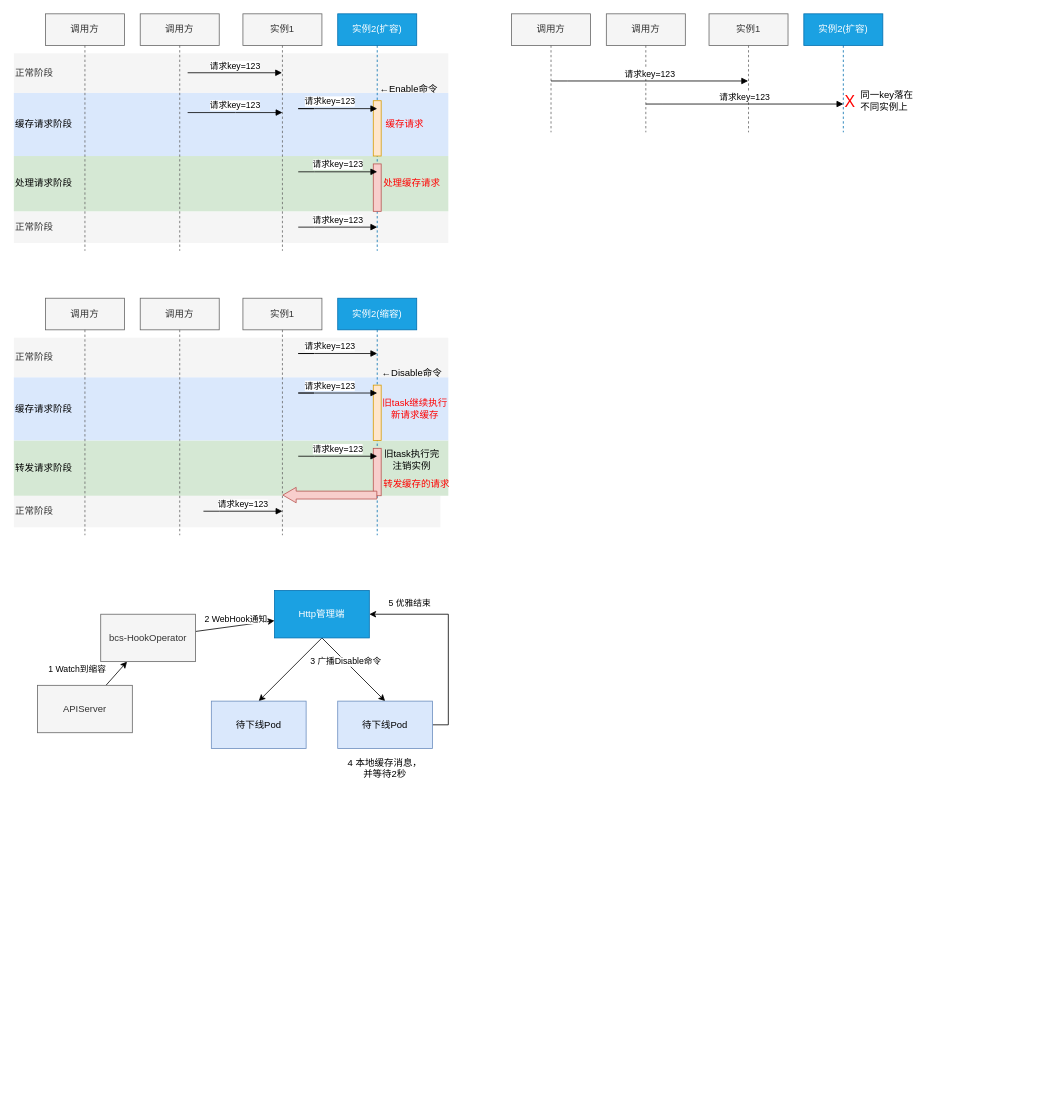
Above: page "优雅机制" (4 of 6) of 业务上云.drawio in myfreejoey/picgo (draw.io), before the change. Source tidied: cells renumbered, new cells numbered last; positions are measured from the earlier drawing's top-left corner, leaving out a move shared by most shapes. Both pictures are drawn from the tidied source at 79%, with x=0, y=0 at pixel (13, 13).
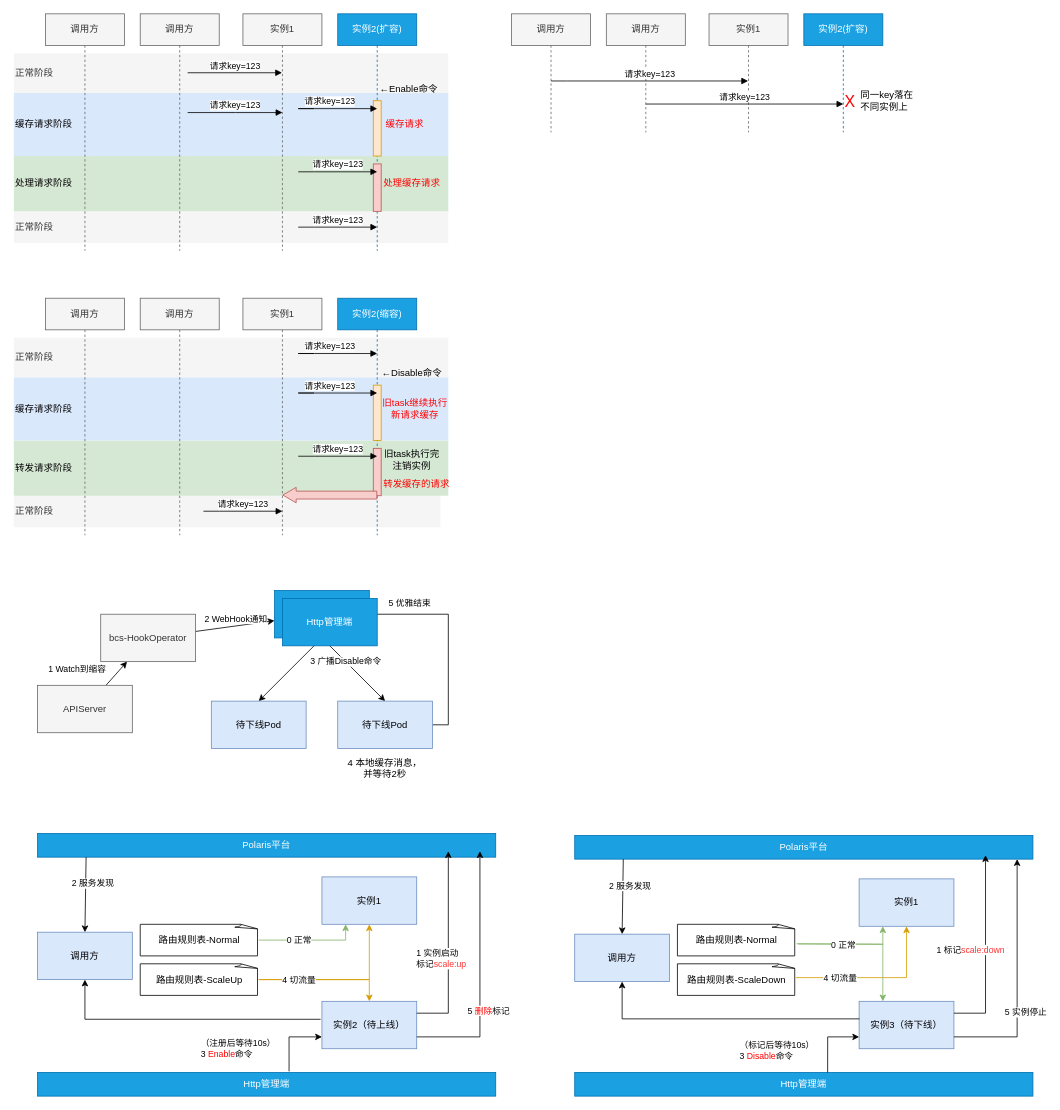
After the change.

The edit, as a diff of the source:
```diff
@@
+    <mxCell id="61" value="调用方" style="rounded=0;whiteSpace=wrap;html=1;fillColor=#dae8fc;strokeColor=#6c8ebf;" parent="1" vertex="1">
+      <mxGeometry x="710" y="1165" width="120" height="60" as="geometry" />
+    </mxCell>
+    <mxCell id="62" value="实例1" style="rounded=0;whiteSpace=wrap;html=1;fillColor=#dae8fc;strokeColor=#6c8ebf;" parent="1" vertex="1">
+      <mxGeometry x="1070" y="1095" width="120" height="60" as="geometry" />
+    </mxCell>
+    <mxCell id="63" value="实例3（待下线）" style="rounded=0;whiteSpace=wrap;html=1;fillColor=#dae8fc;strokeColor=#6c8ebf;" parent="1" vertex="1">
+      <mxGeometry x="1070" y="1250" width="120" height="60" as="geometry" />
+    </mxCell>
+    <mxCell id="64" value="Polaris平台" style="rounded=0;whiteSpace=wrap;html=1;fillColor=#1ba1e2;strokeColor=#006EAF;fontColor=#ffffff;" parent="1" vertex="1">
+      <mxGeometry x="710" y="1040" width="580" height="30" as="geometry" />
+    </mxCell>
+    <mxCell id="65" style="rounded=0;jettySize=auto;html=1;edgeStyle=orthogonalEdgeStyle;exitX=1;exitY=0.25;exitDx=0;exitDy=0;" parent="1" edge="1" source="63">
+      <mxGeometry relative="1" as="geometry">
+        <mxPoint x="1230" y="1065" as="targetPoint" />
+        <Array as="points">
+          <mxPoint x="1230" y="1265" />
+        </Array>
+      </mxGeometry>
+    </mxCell>
+    <mxCell id="66" value="&lt;div style=&quot;text-align: left;&quot;&gt;1 标记&lt;font color=&quot;#ff3333&quot;&gt;scale:down&lt;/font&gt;&lt;/div&gt;" style="edgeLabel;html=1;align=center;verticalAlign=middle;" parent="65" vertex="1">
+      <mxGeometry x="-0.47" y="-1" relative="1" as="geometry">
+        <mxPoint x="-21" y="-57" as="offset" />
+      </mxGeometry>
+    </mxCell>
+    <mxCell id="67" style="rounded=0;jettySize=auto;html=1;exitX=0.106;exitY=1.002;exitDx=0;exitDy=0;entryX=0.5;entryY=0;entryDx=0;entryDy=0;exitPerimeter=0;" parent="1" edge="1" source="64" target="61">
+      <mxGeometry relative="1" as="geometry" />
+    </mxCell>
+    <mxCell id="68" value="&lt;div style=&quot;text-align: left;&quot;&gt;2 服务发现&lt;/div&gt;" style="edgeLabel;html=1;align=center;verticalAlign=middle;" parent="67" vertex="1">
+      <mxGeometry x="-0.47" y="-1" relative="1" as="geometry">
+        <mxPoint x="9" y="8" as="offset" />
+      </mxGeometry>
+    </mxCell>
+    <mxCell id="69" style="edgeStyle=orthogonalEdgeStyle;rounded=0;jettySize=auto;html=1;entryX=0.25;entryY=1;entryDx=0;entryDy=0;exitX=1.017;exitY=0.561;exitDx=0;exitDy=0;exitPerimeter=0;fillColor=#d5e8d4;strokeColor=#82b366;" parent="1" edge="1" target="62">
+      <mxGeometry relative="1" as="geometry">
+        <mxPoint x="992.6" y="1177.4" as="sourcePoint" />
+      </mxGeometry>
+    </mxCell>
+    <mxCell id="70" style="edgeStyle=orthogonalEdgeStyle;rounded=0;jettySize=auto;html=1;entryX=0.5;entryY=1;entryDx=0;entryDy=0;fillColor=#ffe6cc;strokeColor=#d79b00;" parent="1" edge="1" target="62">
+      <mxGeometry relative="1" as="geometry">
+        <mxPoint x="990" y="1220" as="sourcePoint" />
+        <Array as="points">
+          <mxPoint x="1130" y="1220" />
+        </Array>
+      </mxGeometry>
+    </mxCell>
+    <mxCell id="71" value="4 切流量" style="edgeLabel;html=1;align=center;verticalAlign=middle;" parent="70" vertex="1">
+      <mxGeometry x="-0.46" relative="1" as="geometry" />
+    </mxCell>
+    <mxCell id="72" style="edgeStyle=orthogonalEdgeStyle;rounded=0;jettySize=auto;html=1;entryX=0.5;entryY=1;entryDx=0;entryDy=0;exitX=0.003;exitY=0.37;exitDx=0;exitDy=0;exitPerimeter=0;" parent="1" edge="1" source="63" target="61">
+      <mxGeometry relative="1" as="geometry" />
+    </mxCell>
+    <mxCell id="73" style="edgeStyle=orthogonalEdgeStyle;rounded=0;jettySize=auto;html=1;entryX=0.25;entryY=0;entryDx=0;entryDy=0;exitX=1.006;exitY=0.553;exitDx=0;exitDy=0;exitPerimeter=0;fillColor=#d5e8d4;strokeColor=#82b366;" parent="1" edge="1" target="63">
+      <mxGeometry relative="1" as="geometry">
+        <mxPoint x="990.9" y="1177.1" as="sourcePoint" />
+      </mxGeometry>
+    </mxCell>
+    <mxCell id="74" value="0 正常" style="edgeLabel;html=1;align=center;verticalAlign=middle;" parent="73" vertex="1">
+      <mxGeometry x="-0.32" y="-1" relative="1" as="geometry">
+        <mxPoint x="-3" as="offset" />
+      </mxGeometry>
+    </mxCell>
+    <mxCell id="75" value="调用方" style="rounded=0;whiteSpace=wrap;html=1;fillColor=#dae8fc;strokeColor=#6c8ebf;" parent="1" vertex="1">
+      <mxGeometry x="30" y="1162.5" width="120" height="60" as="geometry" />
+    </mxCell>
+    <mxCell id="76" value="实例1" style="rounded=0;whiteSpace=wrap;html=1;fillColor=#dae8fc;strokeColor=#6c8ebf;" parent="1" vertex="1">
+      <mxGeometry x="390" y="1092.5" width="120" height="60" as="geometry" />
+    </mxCell>
+    <mxCell id="77" value="实例2（待上线）" style="rounded=0;whiteSpace=wrap;html=1;fillColor=#dae8fc;strokeColor=#6c8ebf;" parent="1" vertex="1">
+      <mxGeometry x="390" y="1250" width="120" height="60" as="geometry" />
+    </mxCell>
+    <mxCell id="78" value="Polaris平台" style="rounded=0;whiteSpace=wrap;html=1;fillColor=#1ba1e2;strokeColor=#006EAF;fontColor=#ffffff;" parent="1" vertex="1">
+      <mxGeometry x="30" y="1037.5" width="580" height="30" as="geometry" />
+    </mxCell>
+    <mxCell id="79" style="rounded=0;jettySize=auto;html=1;edgeStyle=orthogonalEdgeStyle;exitX=1;exitY=0.25;exitDx=0;exitDy=0;" parent="1" edge="1" source="77">
+      <mxGeometry relative="1" as="geometry">
+        <mxPoint x="550" y="1060" as="targetPoint" />
+        <Array as="points">
+          <mxPoint x="550" y="1265" />
+        </Array>
+      </mxGeometry>
+    </mxCell>
+    <mxCell id="80" value="&lt;div style=&quot;text-align: left;&quot;&gt;1 实例启动&lt;/div&gt;&lt;div style=&quot;text-align: left;&quot;&gt;标记&lt;font color=&quot;#ff3333&quot;&gt;scale:up&lt;/font&gt;&lt;/div&gt;" style="edgeLabel;html=1;align=center;verticalAlign=middle;" parent="79" vertex="1">
+      <mxGeometry x="-0.47" y="-1" relative="1" as="geometry">
+        <mxPoint x="-11" y="-45" as="offset" />
+      </mxGeometry>
+    </mxCell>
+    <mxCell id="81" style="rounded=0;jettySize=auto;html=1;exitX=0.106;exitY=1.002;exitDx=0;exitDy=0;entryX=0.5;entryY=0;entryDx=0;entryDy=0;exitPerimeter=0;" parent="1" edge="1" source="78" target="75">
+      <mxGeometry relative="1" as="geometry" />
+    </mxCell>
+    <mxCell id="82" value="&lt;div style=&quot;text-align: left;&quot;&gt;2 服务发现&lt;/div&gt;" style="edgeLabel;html=1;align=center;verticalAlign=middle;" parent="81" vertex="1">
+      <mxGeometry x="-0.47" y="-1" relative="1" as="geometry">
+        <mxPoint x="9" y="8" as="offset" />
+      </mxGeometry>
+    </mxCell>
+    <mxCell id="83" style="edgeStyle=orthogonalEdgeStyle;rounded=0;jettySize=auto;html=1;entryX=0.25;entryY=1;entryDx=0;entryDy=0;fillColor=#d5e8d4;strokeColor=#82b366;exitX=1;exitY=0.5;exitDx=0;exitDy=0;exitPerimeter=0;" parent="1" edge="1" source="92" target="76">
+      <mxGeometry relative="1" as="geometry" />
+    </mxCell>
+    <mxCell id="84" value="0 正常" style="edgeLabel;html=1;align=center;verticalAlign=middle;" parent="83" vertex="1">
+      <mxGeometry x="-0.31" y="2" relative="1" as="geometry">
+        <mxPoint x="5" y="2" as="offset" />
+      </mxGeometry>
+    </mxCell>
+    <mxCell id="85" style="edgeStyle=orthogonalEdgeStyle;rounded=0;jettySize=auto;html=1;entryX=0.5;entryY=1;entryDx=0;entryDy=0;fillColor=#ffe6cc;strokeColor=#d79b00;exitX=1;exitY=0.5;exitDx=0;exitDy=0;exitPerimeter=0;" parent="1" edge="1" source="93" target="76">
+      <mxGeometry relative="1" as="geometry">
+        <Array as="points">
+          <mxPoint x="450" y="1223" />
+        </Array>
+      </mxGeometry>
+    </mxCell>
+    <mxCell id="86" style="edgeStyle=orthogonalEdgeStyle;rounded=0;jettySize=auto;html=1;entryX=0;entryY=0.75;entryDx=0;entryDy=0;exitX=0.549;exitY=-0.044;exitDx=0;exitDy=0;exitPerimeter=0;" parent="1" edge="1" source="95" target="77">
+      <mxGeometry relative="1" as="geometry" />
+    </mxCell>
+    <mxCell id="87" value="（注册后等待10s）&lt;br&gt;3 &lt;font color=&quot;#ff0000&quot;&gt;Enable&lt;/font&gt;命令" style="edgeLabel;html=1;align=left;verticalAlign=middle;" parent="86" vertex="1">
+      <mxGeometry x="-0.09" y="-1" relative="1" as="geometry">
+        <mxPoint x="-114" y="10" as="offset" />
+      </mxGeometry>
+    </mxCell>
+    <mxCell id="88" style="edgeStyle=orthogonalEdgeStyle;rounded=0;jettySize=auto;html=1;entryX=0.5;entryY=0;entryDx=0;entryDy=0;fillColor=#ffe6cc;strokeColor=#d79b00;exitX=1;exitY=0.5;exitDx=0;exitDy=0;exitPerimeter=0;" parent="1" edge="1" source="93" target="77">
+      <mxGeometry relative="1" as="geometry">
+        <Array as="points">
+          <mxPoint x="450" y="1223" />
+        </Array>
+      </mxGeometry>
+    </mxCell>
+    <mxCell id="89" value="4 切流量" style="edgeLabel;html=1;align=center;verticalAlign=middle;" parent="88" vertex="1">
+      <mxGeometry x="-0.16" relative="1" as="geometry">
+        <mxPoint x="-20" as="offset" />
+      </mxGeometry>
+    </mxCell>
+    <mxCell id="90" value="路由规则表-Normal" style="whiteSpace=wrap;html=1;shape=mxgraph.basic.document;" parent="1" vertex="1">
+      <mxGeometry x="840" y="1152.5" width="150" height="40" as="geometry" />
+    </mxCell>
+    <mxCell id="91" value="路由规则表-ScaleDown" style="whiteSpace=wrap;html=1;shape=mxgraph.basic.document;" parent="1" vertex="1">
+      <mxGeometry x="840" y="1202.5" width="150" height="40" as="geometry" />
+    </mxCell>
+    <mxCell id="92" value="路由规则表-Normal" style="whiteSpace=wrap;html=1;shape=mxgraph.basic.document;" parent="1" vertex="1">
+      <mxGeometry x="160" y="1152.5" width="150" height="40" as="geometry" />
+    </mxCell>
+    <mxCell id="93" value="路由规则表-ScaleUp" style="whiteSpace=wrap;html=1;shape=mxgraph.basic.document;" parent="1" vertex="1">
+      <mxGeometry x="160" y="1202.5" width="150" height="40" as="geometry" />
+    </mxCell>
+    <mxCell id="94" value="Http管理端" style="rounded=0;whiteSpace=wrap;html=1;fillColor=#1ba1e2;strokeColor=#006EAF;fontColor=#ffffff;" parent="1" vertex="1">
+      <mxGeometry x="340" y="740" width="120" height="60" as="geometry" />
+    </mxCell>
+    <mxCell id="95" value="Http管理端" style="rounded=0;whiteSpace=wrap;html=1;fillColor=#1ba1e2;strokeColor=#006EAF;fontColor=#ffffff;" parent="1" vertex="1">
+      <mxGeometry x="30" y="1340" width="580" height="30" as="geometry" />
+    </mxCell>
+    <mxCell id="96" value="Http管理端" style="rounded=0;whiteSpace=wrap;html=1;fillColor=#1ba1e2;strokeColor=#006EAF;fontColor=#ffffff;" parent="1" vertex="1">
+      <mxGeometry x="710" y="1340" width="580" height="30" as="geometry" />
+    </mxCell>
+    <mxCell id="97" style="rounded=0;jettySize=auto;html=1;edgeStyle=orthogonalEdgeStyle;exitX=1;exitY=0.75;exitDx=0;exitDy=0;" parent="1" edge="1" source="77">
+      <mxGeometry relative="1" as="geometry">
+        <mxPoint x="590" y="1060" as="targetPoint" />
+        <Array as="points">
+          <mxPoint x="590" y="1295" />
+        </Array>
+      </mxGeometry>
+    </mxCell>
+    <mxCell id="98" value="&lt;div style=&quot;text-align: left;&quot;&gt;5 &lt;font color=&quot;#ff0000&quot;&gt;删除&lt;/font&gt;标记&lt;/div&gt;" style="edgeLabel;html=1;align=center;verticalAlign=middle;" parent="97" vertex="1">
+      <mxGeometry x="-0.47" y="-1" relative="1" as="geometry">
+        <mxPoint x="9" y="-31" as="offset" />
+      </mxGeometry>
+    </mxCell>
+    <mxCell id="99" style="rounded=0;jettySize=auto;html=1;edgeStyle=orthogonalEdgeStyle;exitX=1;exitY=0.75;exitDx=0;exitDy=0;" parent="1" edge="1" source="63">
+      <mxGeometry relative="1" as="geometry">
+        <mxPoint x="1270" y="1070" as="targetPoint" />
+        <Array as="points">
+          <mxPoint x="1270" y="1295" />
+        </Array>
+      </mxGeometry>
+    </mxCell>
+    <mxCell id="100" value="&lt;div style=&quot;text-align: left;&quot;&gt;5 实例停止&lt;/div&gt;" style="edgeLabel;html=1;align=center;verticalAlign=middle;" parent="99" vertex="1">
+      <mxGeometry x="-0.47" y="-1" relative="1" as="geometry">
+        <mxPoint x="9" y="-31" as="offset" />
+      </mxGeometry>
+    </mxCell>
+    <mxCell id="101" style="edgeStyle=orthogonalEdgeStyle;rounded=0;jettySize=auto;html=1;entryX=0.5;entryY=1;entryDx=0;entryDy=0;exitX=-0.014;exitY=0.379;exitDx=0;exitDy=0;exitPerimeter=0;" parent="1" edge="1" source="77" target="75">
+      <mxGeometry relative="1" as="geometry" />
+    </mxCell>
+    <mxCell id="102" style="edgeStyle=orthogonalEdgeStyle;rounded=0;jettySize=auto;html=1;entryX=0;entryY=0.75;entryDx=0;entryDy=0;exitX=0.552;exitY=0;exitDx=0;exitDy=0;exitPerimeter=0;" parent="1" edge="1" source="96" target="63">
+      <mxGeometry relative="1" as="geometry" />
+    </mxCell>
+    <mxCell id="103" value="（标记后等待10s）&lt;br style=&quot;border-color: var(--border-color);&quot;&gt;3&amp;nbsp;&lt;font style=&quot;border-color: var(--border-color);&quot; color=&quot;#ff0000&quot;&gt;Disable&lt;/font&gt;命令" style="edgeLabel;html=1;align=left;verticalAlign=middle;" parent="102" vertex="1">
+      <mxGeometry x="-0.09" y="-1" relative="1" as="geometry">
+        <mxPoint x="-114" y="10" as="offset" />
+      </mxGeometry>
+    </mxCell>
```
